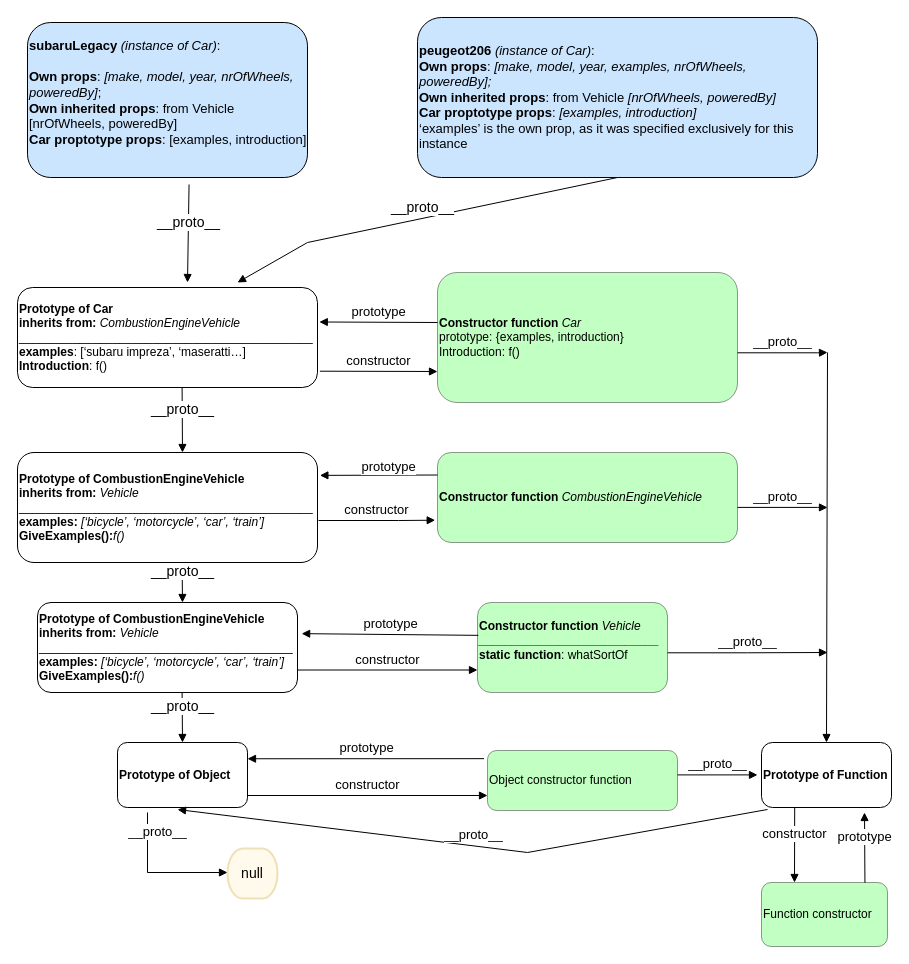
This is protoChain_carGraph.drawio from gudmar/theoryCornerExamples, a draw.io file, before an edit. Source tidied: cells renumbered, new cells numbered last; positions are measured from the earlier drawing's top-left corner, leaving out a move shared by most shapes. Both pictures are drawn from the tidied source at 100%, with x=0, y=0 at pixel (17, 17).
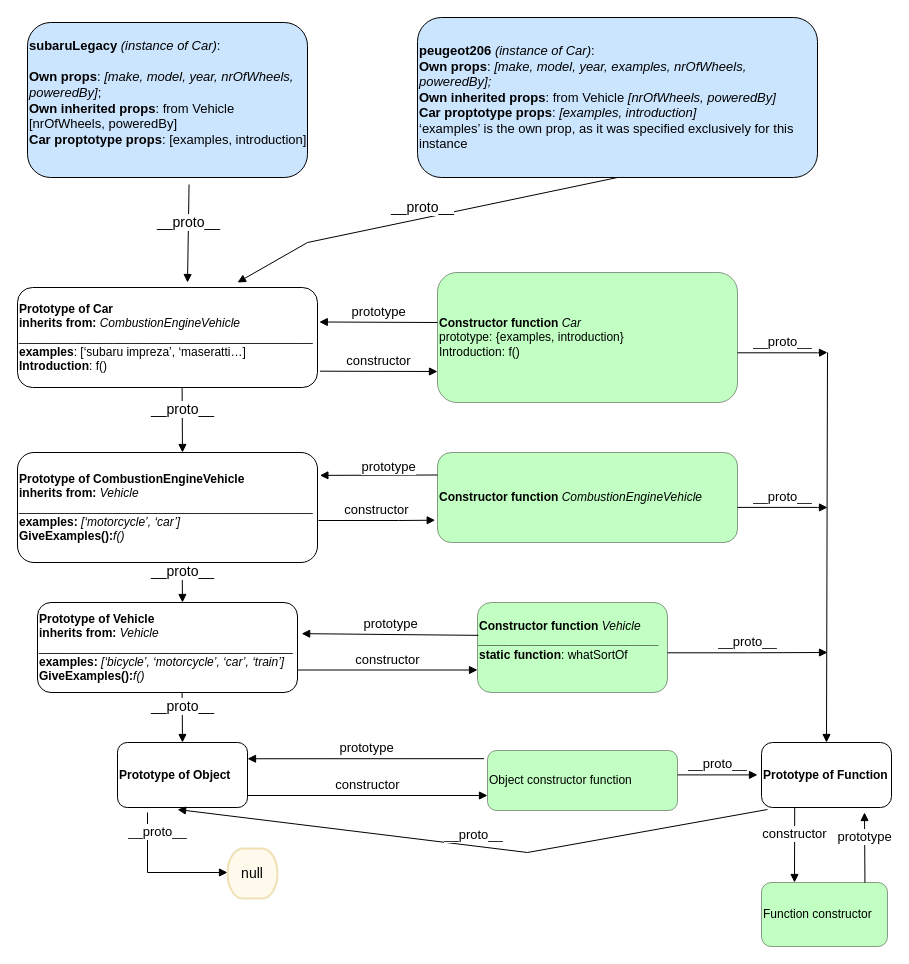
Above is the later version.

The edit, as a diff of the source:
```diff
@@
-    <mxCell id="7" value="&lt;div align=&quot;left&quot;&gt;&lt;b&gt;Prototype of CombustionEngineVehicle&lt;/b&gt;&lt;br&gt;&lt;/div&gt;&lt;b&gt;inherits from: &lt;/b&gt;&lt;i&gt;Vehicle&lt;/i&gt;&lt;b&gt;&lt;br&gt;&lt;/b&gt;____________________________________________&lt;b&gt;&lt;br&gt;examples: &lt;/b&gt;&lt;i&gt;[‘bicycle’, ‘motorcycle’, ‘car’, ‘train’]&lt;/i&gt;&lt;b&gt;&lt;br&gt;&lt;/b&gt;&lt;div&gt;&lt;b&gt;GiveExamples():&lt;/b&gt;&lt;i&gt;f()&lt;/i&gt;&lt;/div&gt;" style="rounded=1;whiteSpace=wrap;html=1;fillColor=#FFFFFF;align=left;" parent="1" vertex="1">
+    <mxCell id="7" value="&lt;div align=&quot;left&quot;&gt;&lt;b&gt;Prototype of CombustionEngineVehicle&lt;/b&gt;&lt;br&gt;&lt;/div&gt;&lt;b&gt;inherits from: &lt;/b&gt;&lt;i&gt;Vehicle&lt;/i&gt;&lt;b&gt;&lt;br&gt;&lt;/b&gt;____________________________________________&lt;b&gt;&lt;br&gt;examples: &lt;/b&gt;&lt;i&gt;[‘motorcycle’, ‘car’]&lt;/i&gt;&lt;b&gt;&lt;br&gt;&lt;/b&gt;&lt;div&gt;&lt;b&gt;GiveExamples():&lt;/b&gt;&lt;i&gt;f()&lt;/i&gt;&lt;/div&gt;" style="rounded=1;whiteSpace=wrap;html=1;fillColor=#FFFFFF;align=left;" parent="1" vertex="1">
       <mxGeometry y="435" width="300" height="110" as="geometry" />
     </mxCell>
@@
-    <mxCell id="9" value="&lt;div align=&quot;left&quot;&gt;&lt;b&gt;Prototype of CombustionEngineVehicle&lt;/b&gt;&lt;br&gt;&lt;/div&gt;&lt;b&gt;inherits from: &lt;/b&gt;&lt;i&gt;Vehicle&lt;/i&gt;&lt;b&gt;&lt;br&gt;&lt;/b&gt;______________________________________&lt;b&gt;&lt;br&gt;examples: &lt;/b&gt;&lt;i&gt;[‘bicycle’, ‘motorcycle’, ‘car’, ‘train’]&lt;/i&gt;&lt;b&gt;&lt;br&gt;&lt;/b&gt;&lt;div&gt;&lt;b&gt;GiveExamples():&lt;/b&gt;&lt;i&gt;f()&lt;/i&gt;&lt;/div&gt;" style="rounded=1;whiteSpace=wrap;html=1;fillColor=#FFFFFF;align=left;" parent="1" vertex="1">
+    <mxCell id="9" value="&lt;div align=&quot;left&quot;&gt;&lt;b&gt;Prototype of Vehicle&lt;/b&gt;&lt;br&gt;&lt;/div&gt;&lt;b&gt;inherits from: &lt;/b&gt;&lt;i&gt;Vehicle&lt;/i&gt;&lt;b&gt;&lt;br&gt;&lt;/b&gt;______________________________________&lt;b&gt;&lt;br&gt;examples: &lt;/b&gt;&lt;i&gt;[‘bicycle’, ‘motorcycle’, ‘car’, ‘train’]&lt;/i&gt;&lt;b&gt;&lt;br&gt;&lt;/b&gt;&lt;div&gt;&lt;b&gt;GiveExamples():&lt;/b&gt;&lt;i&gt;f()&lt;/i&gt;&lt;/div&gt;" style="rounded=1;whiteSpace=wrap;html=1;fillColor=#FFFFFF;align=left;" parent="1" vertex="1">
       <mxGeometry x="20" y="585" width="260" height="90" as="geometry" />
     </mxCell>
```
